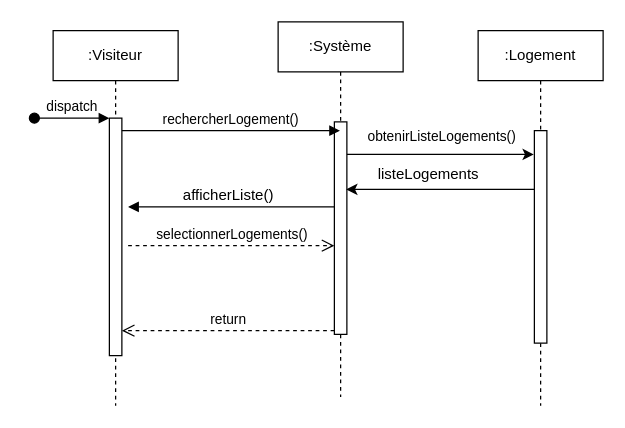
This is Diagramme sans nom.drawio from LATIF-SB/moocsi, a draw.io file, before an edit. Source tidied: cells renumbered, new cells numbered last; positions are measured from the earlier drawing's top-left corner, leaving out a move shared by most shapes. Both pictures are drawn from the tidied source at 125%, with x=0, y=0 at pixel (34, 21).
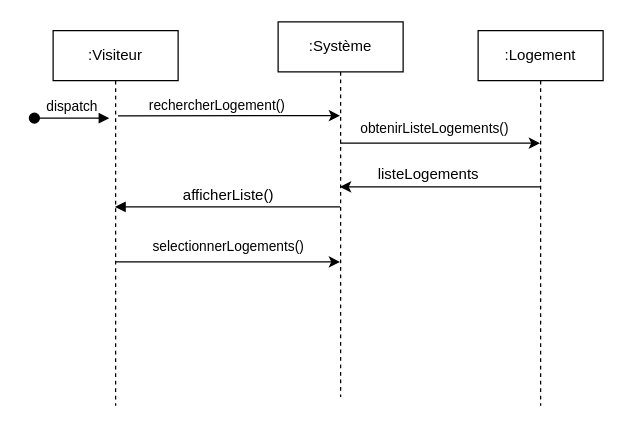
The same diagram, later.

Commit message:
Mettre à jour Diagramme sc1.2

The change refers to these unchanged cells:
```xml
<mxCell id="2" value=":Visiteur" style="shape=umlLifeline;perimeter=lifelinePerimeter;whiteSpace=wrap;html=1;outlineConnect=0;portConstraint=eastwest;newEdgeStyle={&quot;edgeStyle&quot;:&quot;elbowEdgeStyle&quot;,&quot;elbow&quot;:&quot;vertical&quot;,&quot;curved&quot;:0,&quot;rounded&quot;:0};" parent="1" vertex="1">
  <mxGeometry x="15" y="7" width="100" height="300" as="geometry" />
</mxCell>
<mxCell id="5" value=":Système" style="shape=umlLifeline;perimeter=lifelinePerimeter;whiteSpace=wrap;html=1;outlineConnect=0;portConstraint=eastwest;newEdgeStyle={&quot;edgeStyle&quot;:&quot;elbowEdgeStyle&quot;,&quot;elbow&quot;:&quot;vertical&quot;,&quot;curved&quot;:0,&quot;rounded&quot;:0};" parent="1" vertex="1">
  <mxGeometry x="195" width="100" height="300" as="geometry" />
</mxCell>
<mxCell id="11" value=":Logement" style="shape=umlLifeline;perimeter=lifelinePerimeter;whiteSpace=wrap;html=1;newEdgeStyle={&quot;edgeStyle&quot;:&quot;elbowEdgeStyle&quot;,&quot;elbow&quot;:&quot;vertical&quot;,&quot;curved&quot;:0,&quot;rounded&quot;:0};" parent="1" vertex="1">
  <mxGeometry x="355" y="7" width="100" height="300" as="geometry" />
</mxCell>
```

What changed in the source:
```diff
@@
+    <mxCell id="18" style="edgeStyle=elbowEdgeStyle;rounded=0;orthogonalLoop=1;jettySize=auto;html=1;elbow=vertical;curved=0;" parent="1" edge="1">
+      <mxGeometry relative="1" as="geometry">
+        <mxPoint x="64.5" y="192" as="sourcePoint" />
+        <mxPoint x="244.5" y="192" as="targetPoint" />
+      </mxGeometry>
+    </mxCell>
@@
-    <mxCell id="3" style="html=1;points=[];perimeter=orthogonalPerimeter;outlineConnect=0;targetShapes=umlLifeline;portConstraint=eastwest;newEdgeStyle={&quot;edgeStyle&quot;:&quot;elbowEdgeStyle&quot;,&quot;elbow&quot;:&quot;vertical&quot;,&quot;curved&quot;:0,&quot;rounded&quot;:0};" parent="2" vertex="1">
-      <mxGeometry x="45" y="70" width="10" height="190" as="geometry" />
-    </mxCell>
-    <mxCell id="4" value="dispatch" style="html=1;verticalAlign=bottom;startArrow=oval;endArrow=block;startSize=8;edgeStyle=elbowEdgeStyle;elbow=vertical;curved=0;rounded=0;" parent="2" edge="1" target="3">
+    <mxCell id="4" value="dispatch" style="html=1;verticalAlign=bottom;startArrow=oval;endArrow=block;startSize=8;edgeStyle=elbowEdgeStyle;elbow=vertical;curved=0;rounded=0;" parent="2" edge="1">
       <mxGeometry relative="1" as="geometry">
         <mxPoint x="-15" y="70" as="sourcePoint" />
+        <mxPoint x="45" y="70" as="targetPoint" />
       </mxGeometry>
     </mxCell>
@@
-    <mxCell id="6" style="html=1;points=[];perimeter=orthogonalPerimeter;outlineConnect=0;targetShapes=umlLifeline;portConstraint=eastwest;newEdgeStyle={&quot;edgeStyle&quot;:&quot;elbowEdgeStyle&quot;,&quot;elbow&quot;:&quot;vertical&quot;,&quot;curved&quot;:0,&quot;rounded&quot;:0};" parent="5" vertex="1">
-      <mxGeometry x="45" y="80" width="10" height="170" as="geometry" />
-    </mxCell>
-    <mxCell id="7" value="rechercherLogement()" style="html=1;verticalAlign=bottom;endArrow=block;edgeStyle=elbowEdgeStyle;elbow=vertical;curved=0;rounded=0;" parent="1" edge="1" source="3" target="5">
-      <mxGeometry relative="1" as="geometry">
-        <Array as="points">
-          <mxPoint x="155" y="87" />
-        </Array>
-      </mxGeometry>
-    </mxCell>
-    <mxCell id="8" value="return" style="html=1;verticalAlign=bottom;endArrow=open;dashed=1;endSize=8;edgeStyle=elbowEdgeStyle;elbow=vertical;curved=0;rounded=0;" parent="1" edge="1" source="6" target="3">
-      <mxGeometry relative="1" as="geometry">
-        <Array as="points">
-          <mxPoint x="165" y="247" />
-        </Array>
-      </mxGeometry>
-    </mxCell>
-    <mxCell id="9" style="html=1;verticalAlign=bottom;endArrow=block;edgeStyle=elbowEdgeStyle;elbow=vertical;curved=0;rounded=0;" parent="1" edge="1">
+    <mxCell id="9" style="html=1;verticalAlign=bottom;endArrow=block;edgeStyle=elbowEdgeStyle;elbow=vertical;curved=0;rounded=0;" parent="1" edge="1" source="5" target="2">
       <mxGeometry x="0.01" relative="1" as="geometry">
-        <mxPoint x="240" y="148" as="sourcePoint" />
-        <mxPoint x="75" y="148" as="targetPoint" />
         <Array as="points">
           <mxPoint x="165" y="148" />
         </Array>
       </mxGeometry>
     </mxCell>
-    <mxCell id="10" value="selectionnerLogements()" style="html=1;verticalAlign=bottom;endArrow=open;dashed=1;endSize=8;edgeStyle=elbowEdgeStyle;elbow=horizontal;curved=0;rounded=0;" parent="1" edge="1">
-      <mxGeometry x="0.01" relative="1" as="geometry">
-        <mxPoint x="75" y="179" as="sourcePoint" />
-        <mxPoint x="240" y="179" as="targetPoint" />
-        <Array as="points">
-          <mxPoint x="155" y="179" />
-        </Array>
-      </mxGeometry>
-    </mxCell>
@@
-    <mxCell id="12" style="html=1;perimeter=orthogonalPerimeter;targetShapes=umlLifeline;newEdgeStyle={&quot;edgeStyle&quot;:&quot;elbowEdgeStyle&quot;,&quot;elbow&quot;:&quot;vertical&quot;,&quot;curved&quot;:0,&quot;rounded&quot;:0};" parent="11" vertex="1">
-      <mxGeometry x="45" y="80" width="10" height="170" as="geometry" />
-    </mxCell>
     <mxCell id="13" style="edgeStyle=elbowEdgeStyle;rounded=0;orthogonalLoop=1;jettySize=auto;html=1;elbow=vertical;curved=0;" parent="1" edge="1">
       <mxGeometry relative="1" as="geometry">
-        <mxPoint x="250" y="106" as="sourcePoint" />
-        <mxPoint x="399.5" y="106" as="targetPoint" />
+        <mxPoint x="244.5" y="97" as="sourcePoint" />
+        <mxPoint x="404.5" y="97" as="targetPoint" />
       </mxGeometry>
     </mxCell>
-    <mxCell id="14" value="&lt;span style=&quot;font-size: 11px; text-align: center; text-wrap-mode: nowrap; background-color: rgb(255, 255, 255);&quot;&gt;obtenirListeLogements()&lt;/span&gt;" style="text;whiteSpace=wrap;html=1;" parent="1" vertex="1">
-      <mxGeometry x="265" y="78" width="140" height="40" as="geometry" />
-    </mxCell>
     <mxCell id="15" style="edgeStyle=elbowEdgeStyle;rounded=0;orthogonalLoop=1;jettySize=auto;html=1;elbow=vertical;curved=0;" parent="1" edge="1">
       <mxGeometry relative="1" as="geometry">
-        <mxPoint x="400" y="134" as="sourcePoint" />
-        <mxPoint x="249.5" y="134" as="targetPoint" />
+        <mxPoint x="404.5" y="132" as="sourcePoint" />
+        <mxPoint x="244.5" y="132" as="targetPoint" />
       </mxGeometry>
     </mxCell>
@@
+    <mxCell id="19" style="edgeStyle=elbowEdgeStyle;rounded=0;jettySize=auto;html=1;elbow=vertical;curved=0;exitX=0.519;exitY=0.257;exitDx=0;exitDy=0;exitPerimeter=0;" parent="1" edge="1" target="5">
+      <mxGeometry relative="1" as="geometry">
+        <mxPoint x="66.9" y="75.1" as="sourcePoint" />
+      </mxGeometry>
+    </mxCell>
+    <mxCell id="14" value="&lt;span style=&quot;font-size: 11px; background-color: rgb(255, 255, 255);&quot;&gt;obtenirListeLogements()&lt;/span&gt;" style="text;html=1;align=center;verticalAlign=middle;strokeColor=none;fillColor=none;" parent="1" vertex="1">
+      <mxGeometry x="250" y="70" width="140" height="30" as="geometry" />
+    </mxCell>
+    <mxCell id="7" value="&lt;span style=&quot;font-size: 11px; background-color: rgb(255, 255, 255);&quot;&gt;rechercherLogement()&lt;/span&gt;" style="text;html=1;align=center;verticalAlign=middle;strokeColor=none;fillColor=none;" parent="1" vertex="1">
+      <mxGeometry x="81" y="52" width="130" height="30" as="geometry" />
+    </mxCell>
+    <mxCell id="10" value="&lt;span style=&quot;font-size: 11px; background-color: rgb(255, 255, 255);&quot;&gt;selectionnerLogements()&lt;/span&gt;" style="text;html=1;align=center;verticalAlign=middle;strokeColor=none;fillColor=none;" parent="1" vertex="1">
+      <mxGeometry x="85" y="165" width="140" height="30" as="geometry" />
+    </mxCell>
```
